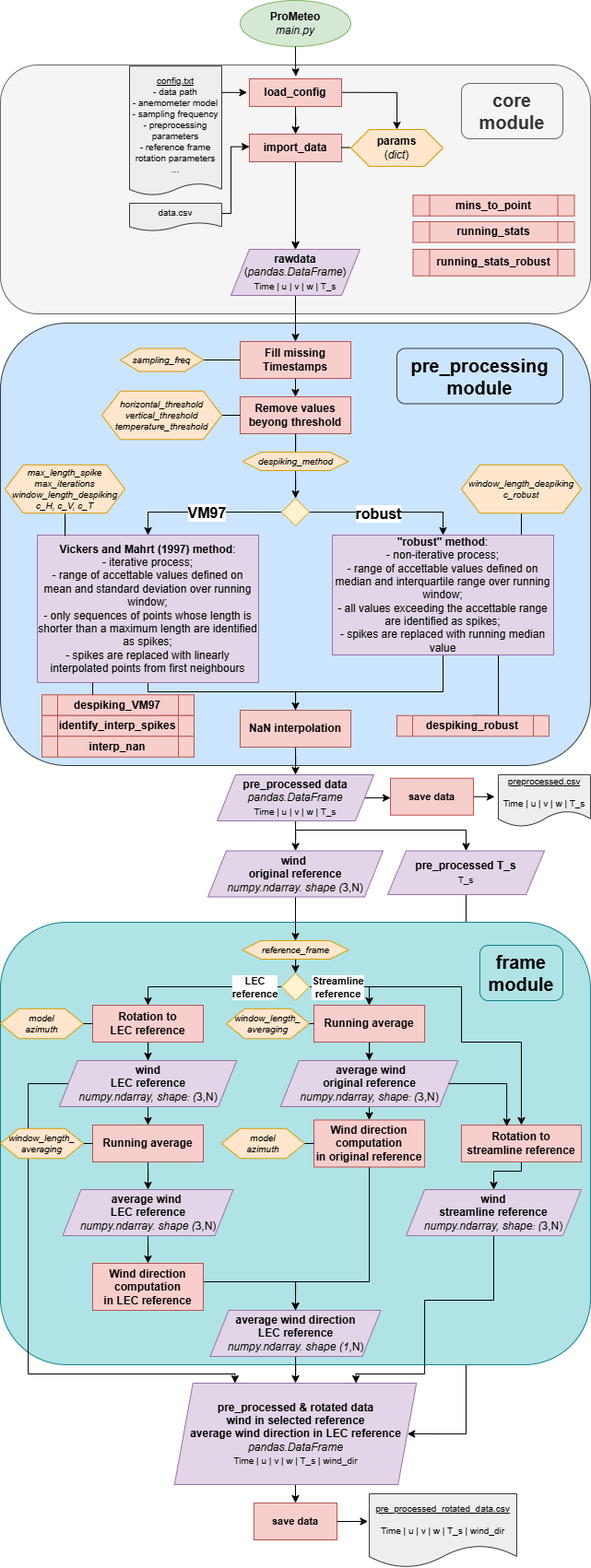
The draw.io diagram docs/source/images/ProMeteo_flowchart.png in aleszamp98/ProMeteo, before a commit. Source tidied: cells renumbered, new cells last; positions are measured from the earlier drawing's top-left corner, leaving out a move shared by most shapes.
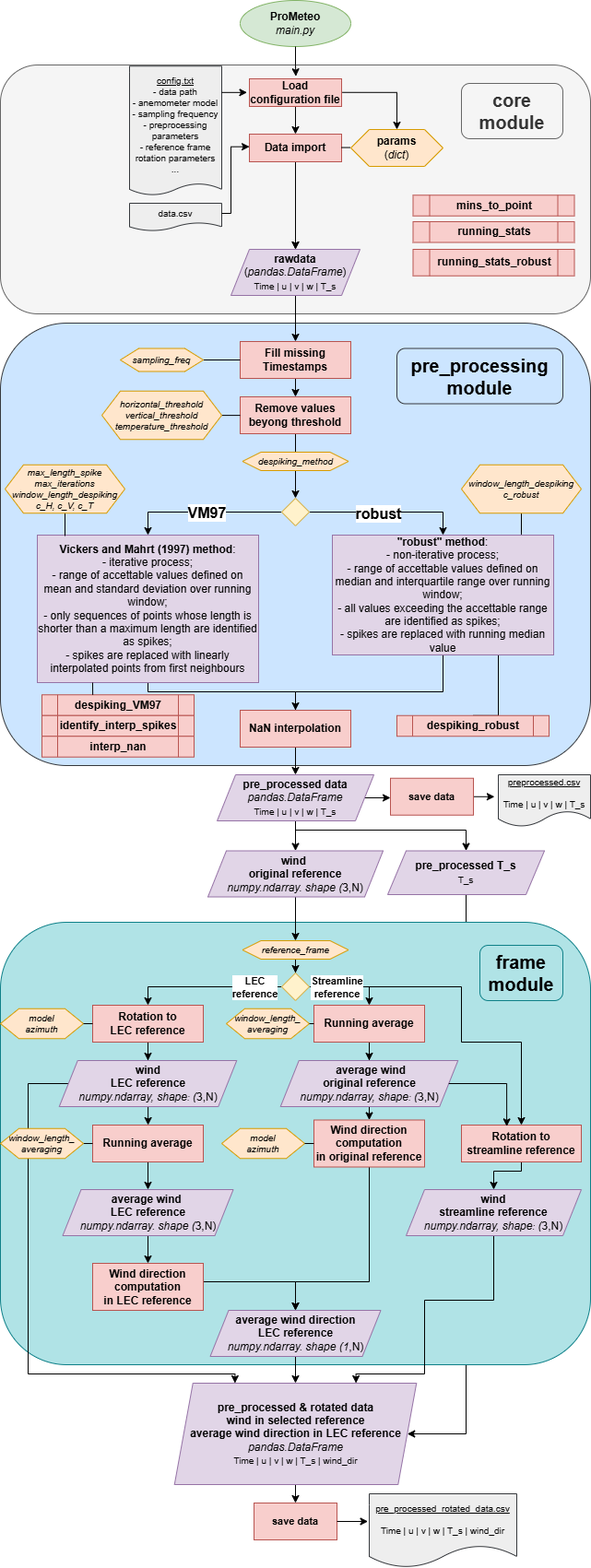
Later version of the same file.

Diff of the diagram source:
```diff
@@ -139,7 +139,7 @@
     <mxCell id="38" style="edgeStyle=orthogonalEdgeStyle;rounded=0;jettySize=auto;html=1;" parent="1" edge="1" source="39" target="70">
       <mxGeometry relative="1" as="geometry" />
     </mxCell>
-    <mxCell id="39" value="load_config" style="shape=rectangle;perimeter=rectangleperimeter;whiteSpace=wrap;html=1;fixedSize=1;fillColor=#f8cecc;strokeColor=#b85450;fontStyle=1;" parent="1" vertex="1">
+    <mxCell id="39" value="Load configuration file" style="shape=rectangle;perimeter=rectangleperimeter;whiteSpace=wrap;html=1;fixedSize=1;fillColor=#f8cecc;strokeColor=#b85450;fontStyle=1;" parent="1" vertex="1">
       <mxGeometry x="270" y="85" width="100" height="30" as="geometry" />
     </mxCell>
     <mxCell id="40" value="&lt;div&gt;&lt;b&gt;params&lt;/b&gt;&lt;/div&gt;&lt;div&gt;(&lt;i&gt;dict&lt;/i&gt;)&lt;/div&gt;" style="shape=hexagon;perimeter=parallelogramPerimeter;whiteSpace=wrap;html=1;fixedSize=1;fillColor=#ffe6cc;strokeColor=#d79b00;" parent="1" vertex="1">
@@ -255,7 +255,7 @@
     <mxCell id="69" style="edgeStyle=orthogonalEdgeStyle;rounded=0;jettySize=auto;html=1;entryX=0.5;entryY=0;entryDx=0;entryDy=0;exitX=1.008;exitY=0.492;exitDx=0;exitDy=0;exitPerimeter=0;" parent="1" edge="1" source="39" target="40">
       <mxGeometry relative="1" as="geometry" />
     </mxCell>
-    <mxCell id="70" value="import_data" style="shape=rectangle;perimeter=rectanglePerimeter;whiteSpace=wrap;html=1;fixedSize=1;fillColor=#f8cecc;strokeColor=#b85450;fontStyle=1;" parent="1" vertex="1">
+    <mxCell id="70" value="Data import" style="shape=rectangle;perimeter=rectanglePerimeter;whiteSpace=wrap;html=1;fixedSize=1;fillColor=#f8cecc;strokeColor=#b85450;fontStyle=1;" parent="1" vertex="1">
       <mxGeometry x="270" y="145" width="100" height="30" as="geometry" />
     </mxCell>
     <mxCell id="71" style="endArrow=none;html=1;rounded=0;entryX=-0.006;entryY=0.489;entryDx=0;entryDy=0;entryPerimeter=0;exitX=0.995;exitY=0.485;exitDx=0;exitDy=0;exitPerimeter=0;" parent="1" edge="1" source="70" target="40">
```
